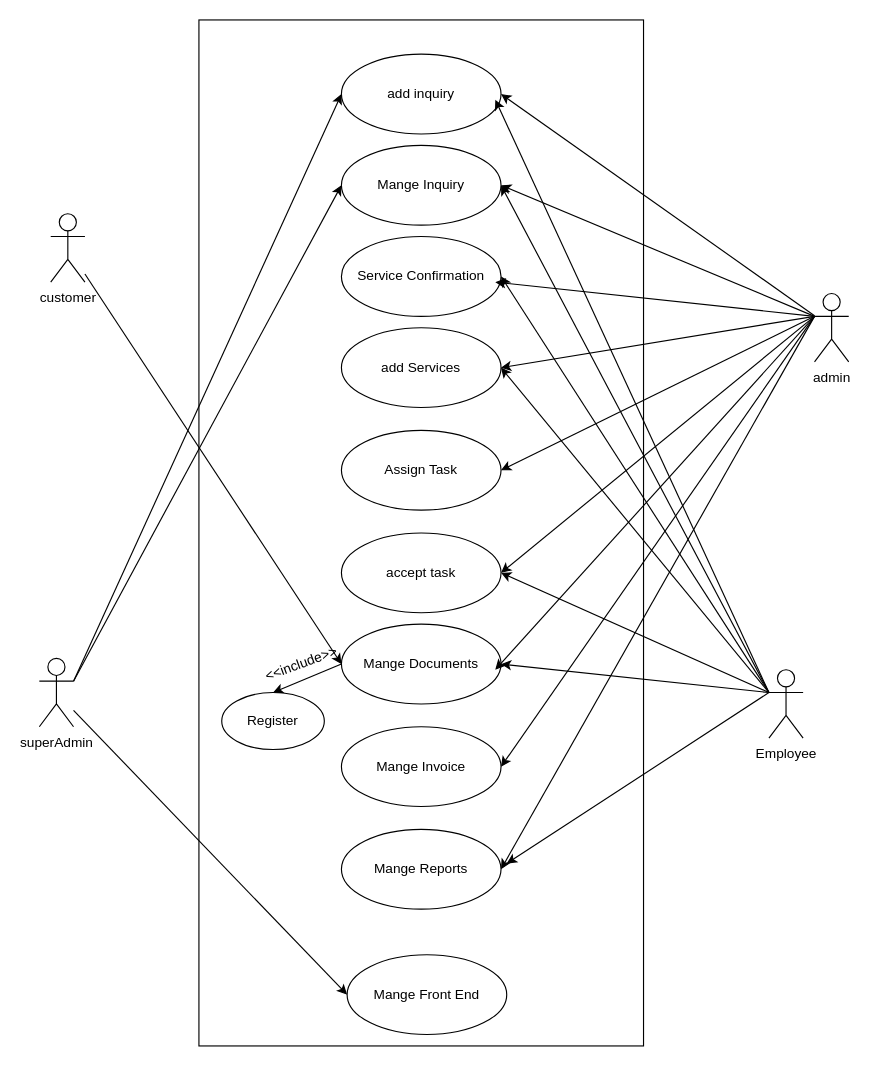
leancer/AH-Docs keeps this draw.io diagram as usecase.drawio. Above is the earlier version. Source tidied: cells renumbered, new cells numbered last; positions are measured from the earlier drawing's top-left corner, leaving out a move shared by most shapes. Both pictures are drawn from the tidied source at 114%, with x=0, y=0 at pixel (39, 19).
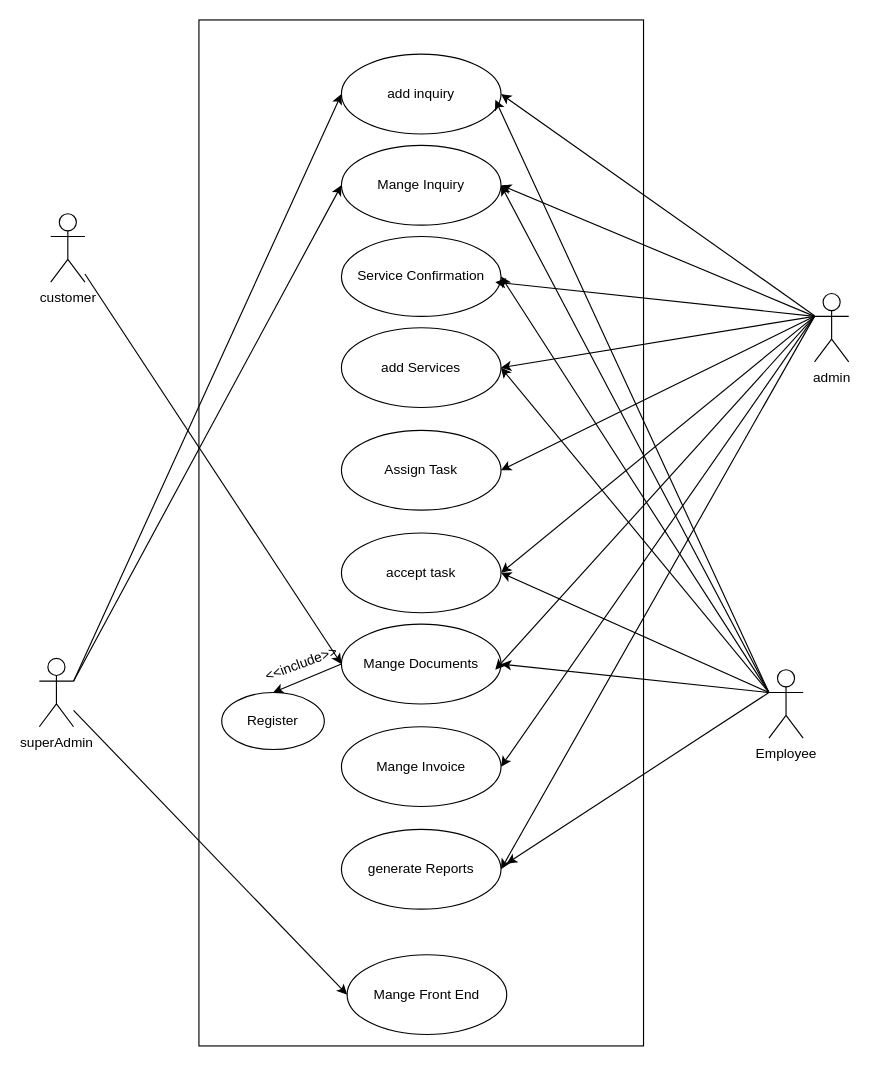
After the change.

Diff of the diagram source:
```diff
@@
-    <mxCell id="39" value="Mange Reports" style="ellipse;whiteSpace=wrap;html=1;fillColor=none;" parent="1" vertex="1">
+    <mxCell id="39" value="generate Reports" style="ellipse;whiteSpace=wrap;html=1;fillColor=none;" parent="1" vertex="1">
       <mxGeometry x="265" y="710" width="140" height="70" as="geometry" />
     </mxCell>
```
